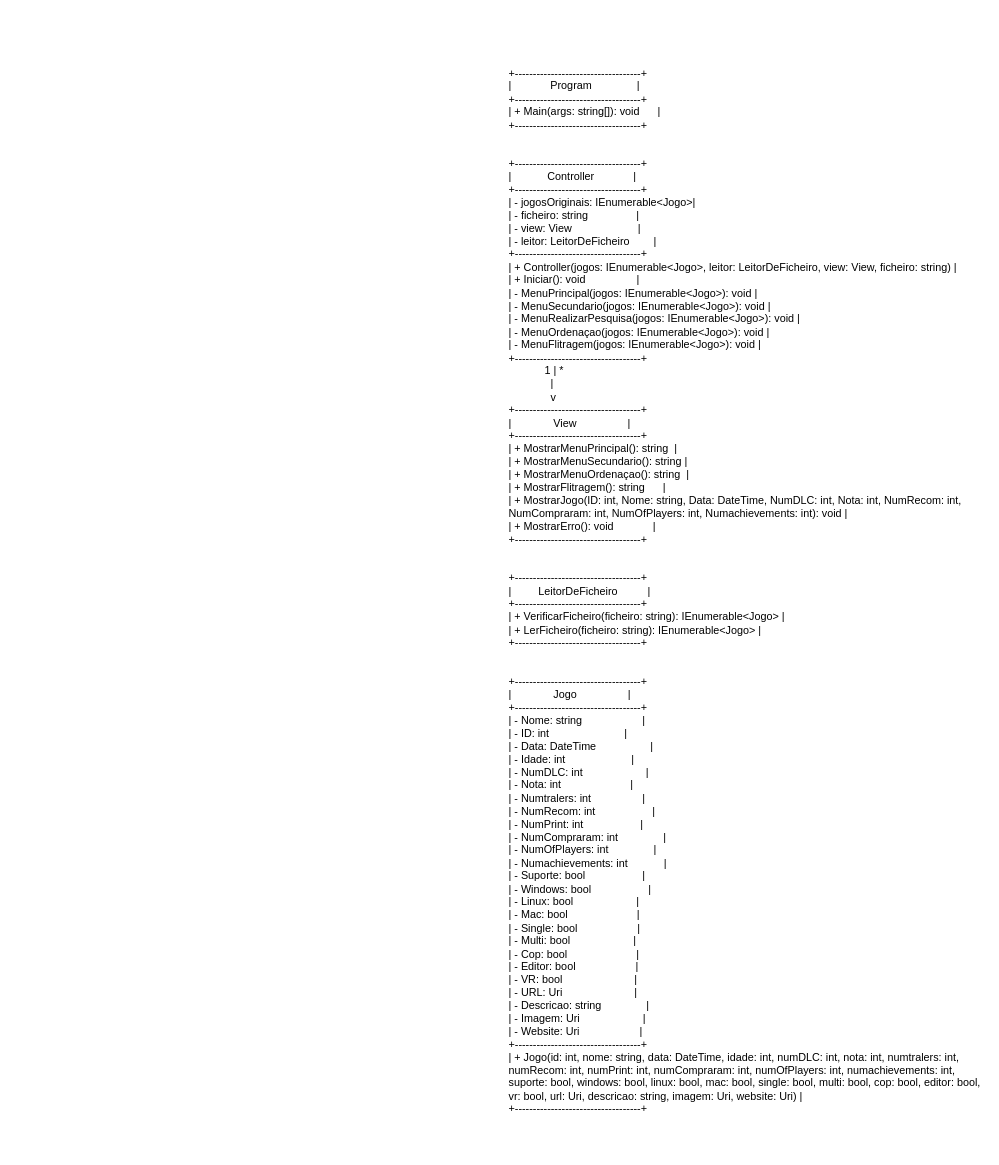
Before: Projeto.drawio in RaulArieiro/Projeto2, a draw.io diagram. Source tidied: cells renumbered, new cells numbered last; positions are measured from the earlier drawing's top-left corner, leaving out a move shared by most shapes. Both pictures are drawn from the tidied source at 90%, with x=0, y=0 at pixel (507, 60).
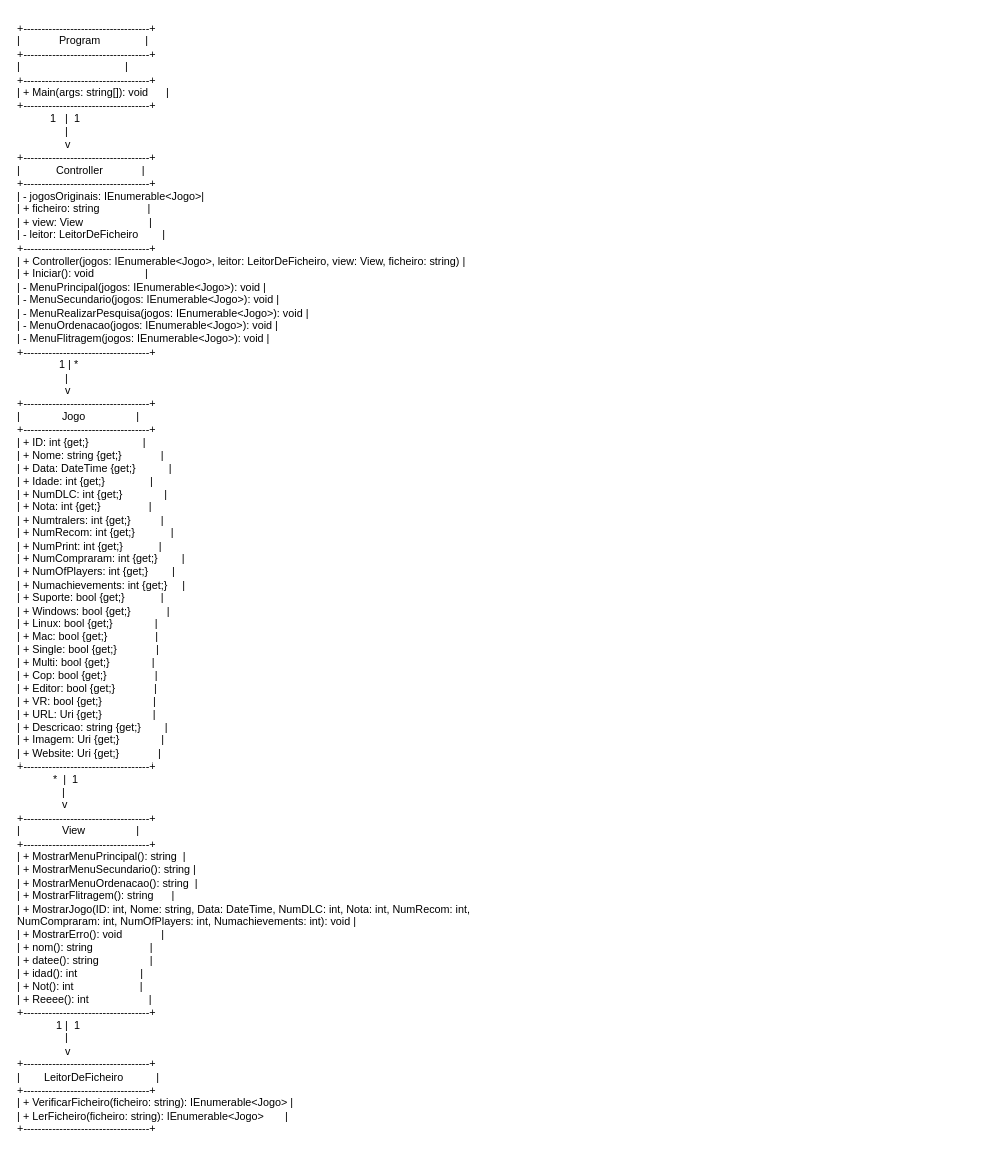
After the change.

Diff of the diagram source:
```diff
@@
 <mxGraphModel>
   <root>
     <mxCell id="0" />
     <mxCell id="1" parent="0" />
-    <mxCell id="2" value="+-----------------------------------+&#10;|             Program               |&#10;+-----------------------------------+&#10;| + Main(args: string[]): void      |&#10;+-----------------------------------+&#10;&#10;&#10;+-----------------------------------+&#10;|            Controller             |&#10;+-----------------------------------+&#10;| - jogosOriginais: IEnumerable&lt;Jogo&gt;|&#10;| - ficheiro: string                |&#10;| - view: View                      |&#10;| - leitor: LeitorDeFicheiro        |&#10;+-----------------------------------+&#10;| + Controller(jogos: IEnumerable&lt;Jogo&gt;, leitor: LeitorDeFicheiro, view: View, ficheiro: string) |&#10;| + Iniciar(): void                 |&#10;| - MenuPrincipal(jogos: IEnumerable&lt;Jogo&gt;): void |&#10;| - MenuSecundario(jogos: IEnumerable&lt;Jogo&gt;): void |&#10;| - MenuRealizarPesquisa(jogos: IEnumerable&lt;Jogo&gt;): void |&#10;| - MenuOrdenaçao(jogos: IEnumerable&lt;Jogo&gt;): void |&#10;| - MenuFlitragem(jogos: IEnumerable&lt;Jogo&gt;): void |&#10;+-----------------------------------+&#10;            1 | *&#10;              |&#10;              v&#10;+-----------------------------------+&#10;|              View                 |&#10;+-----------------------------------+&#10;| + MostrarMenuPrincipal(): string  |&#10;| + MostrarMenuSecundario(): string |&#10;| + MostrarMenuOrdenaçao(): string  |&#10;| + MostrarFlitragem(): string      |&#10;| + MostrarJogo(ID: int, Nome: string, Data: DateTime, NumDLC: int, Nota: int, NumRecom: int, NumCompraram: int, NumOfPlayers: int, Numachievements: int): void |&#10;| + MostrarErro(): void             |&#10;+-----------------------------------+&#10;&#10;&#10;+-----------------------------------+&#10;|         LeitorDeFicheiro          |&#10;+-----------------------------------+&#10;| + VerificarFicheiro(ficheiro: string): IEnumerable&lt;Jogo&gt; |&#10;| + LerFicheiro(ficheiro: string): IEnumerable&lt;Jogo&gt; |&#10;+-----------------------------------+&#10;&#10;&#10;+-----------------------------------+&#10;|              Jogo                 |&#10;+-----------------------------------+&#10;| - Nome: string                    |&#10;| - ID: int                         |&#10;| - Data: DateTime                  |&#10;| - Idade: int                      |&#10;| - NumDLC: int                     |&#10;| - Nota: int                       |&#10;| - Numtralers: int                 |&#10;| - NumRecom: int                   |&#10;| - NumPrint: int                   |&#10;| - NumCompraram: int               |&#10;| - NumOfPlayers: int               |&#10;| - Numachievements: int            |&#10;| - Suporte: bool                   |&#10;| - Windows: bool                   |&#10;| - Linux: bool                     |&#10;| - Mac: bool                       |&#10;| - Single: bool                    |&#10;| - Multi: bool                     |&#10;| - Cop: bool                       |&#10;| - Editor: bool                    |&#10;| - VR: bool                        |&#10;| - URL: Uri                        |&#10;| - Descricao: string               |&#10;| - Imagem: Uri                     |&#10;| - Website: Uri                    |&#10;+-----------------------------------+&#10;| + Jogo(id: int, nome: string, data: DateTime, idade: int, numDLC: int, nota: int, numtralers: int, numRecom: int, numPrint: int, numCompraram: int, numOfPlayers: int, numachievements: int, suporte: bool, windows: bool, linux: bool, mac: bool, single: bool, multi: bool, cop: bool, editor: bool, vr: bool, url: Uri, descricao: string, imagem: Uri, website: Uri) |&#10;+-----------------------------------+" style="text;whiteSpace=wrap;" parent="1" vertex="1">
-      <mxGeometry width="530" height="1190" as="geometry" />
-    </mxCell>
+    <mxCell id="3" value="+-----------------------------------+&#10;|             Program               |&#10;+-----------------------------------+&#10;|                                   |&#10;+-----------------------------------+&#10;| + Main(args: string[]): void      |&#10;+-----------------------------------+&#10;           1   |  1&#10;                |&#10;                v&#10;+-----------------------------------+&#10;|            Controller             |&#10;+-----------------------------------+&#10;| - jogosOriginais: IEnumerable&lt;Jogo&gt;|&#10;| + ficheiro: string                |&#10;| + view: View                      |&#10;| - leitor: LeitorDeFicheiro        |&#10;+-----------------------------------+&#10;| + Controller(jogos: IEnumerable&lt;Jogo&gt;, leitor: LeitorDeFicheiro, view: View, ficheiro: string) |&#10;| + Iniciar(): void                 |&#10;| - MenuPrincipal(jogos: IEnumerable&lt;Jogo&gt;): void |&#10;| - MenuSecundario(jogos: IEnumerable&lt;Jogo&gt;): void |&#10;| - MenuRealizarPesquisa(jogos: IEnumerable&lt;Jogo&gt;): void |&#10;| - MenuOrdenacao(jogos: IEnumerable&lt;Jogo&gt;): void |&#10;| - MenuFlitragem(jogos: IEnumerable&lt;Jogo&gt;): void |&#10;+-----------------------------------+&#10;              1 | *&#10;                |&#10;                v&#10;+-----------------------------------+&#10;|              Jogo                 |&#10;+-----------------------------------+&#10;| + ID: int {get;}                  |&#10;| + Nome: string {get;}             |&#10;| + Data: DateTime {get;}           |&#10;| + Idade: int {get;}               |&#10;| + NumDLC: int {get;}              |&#10;| + Nota: int {get;}                |&#10;| + Numtralers: int {get;}          |&#10;| + NumRecom: int {get;}            |&#10;| + NumPrint: int {get;}            |&#10;| + NumCompraram: int {get;}        |&#10;| + NumOfPlayers: int {get;}        |&#10;| + Numachievements: int {get;}     |&#10;| + Suporte: bool {get;}            |&#10;| + Windows: bool {get;}            |&#10;| + Linux: bool {get;}              |&#10;| + Mac: bool {get;}                |&#10;| + Single: bool {get;}             |&#10;| + Multi: bool {get;}              |&#10;| + Cop: bool {get;}                |&#10;| + Editor: bool {get;}             |&#10;| + VR: bool {get;}                 |&#10;| + URL: Uri {get;}                 |&#10;| + Descricao: string {get;}        |&#10;| + Imagem: Uri {get;}              |&#10;| + Website: Uri {get;}             |&#10;+-----------------------------------+&#10;            *  |  1&#10;               |&#10;               v&#10;+-----------------------------------+&#10;|              View                 |&#10;+-----------------------------------+&#10;| + MostrarMenuPrincipal(): string  |&#10;| + MostrarMenuSecundario(): string |&#10;| + MostrarMenuOrdenacao(): string  |&#10;| + MostrarFlitragem(): string      |&#10;| + MostrarJogo(ID: int, Nome: string, Data: DateTime, NumDLC: int, Nota: int, NumRecom: int, NumCompraram: int, NumOfPlayers: int, Numachievements: int): void |&#10;| + MostrarErro(): void             |&#10;| + nom(): string                   |&#10;| + datee(): string                 |&#10;| + idad(): int                     |&#10;| + Not(): int                      |&#10;| + Reeee(): int                    |&#10;+-----------------------------------+&#10;             1 |  1&#10;                |&#10;                v&#10;+-----------------------------------+&#10;|        LeitorDeFicheiro           |&#10;+-----------------------------------+&#10;| + VerificarFicheiro(ficheiro: string): IEnumerable&lt;Jogo&gt; |&#10;| + LerFicheiro(ficheiro: string): IEnumerable&lt;Jogo&gt;       |&#10;+-----------------------------------+" style="text;whiteSpace=wrap;" parent="1" vertex="1">
+      <mxGeometry x="-546" y="-50" width="560" height="1260" as="geometry" />
+    </mxCell>
   </root>
 </mxGraphModel>
```
